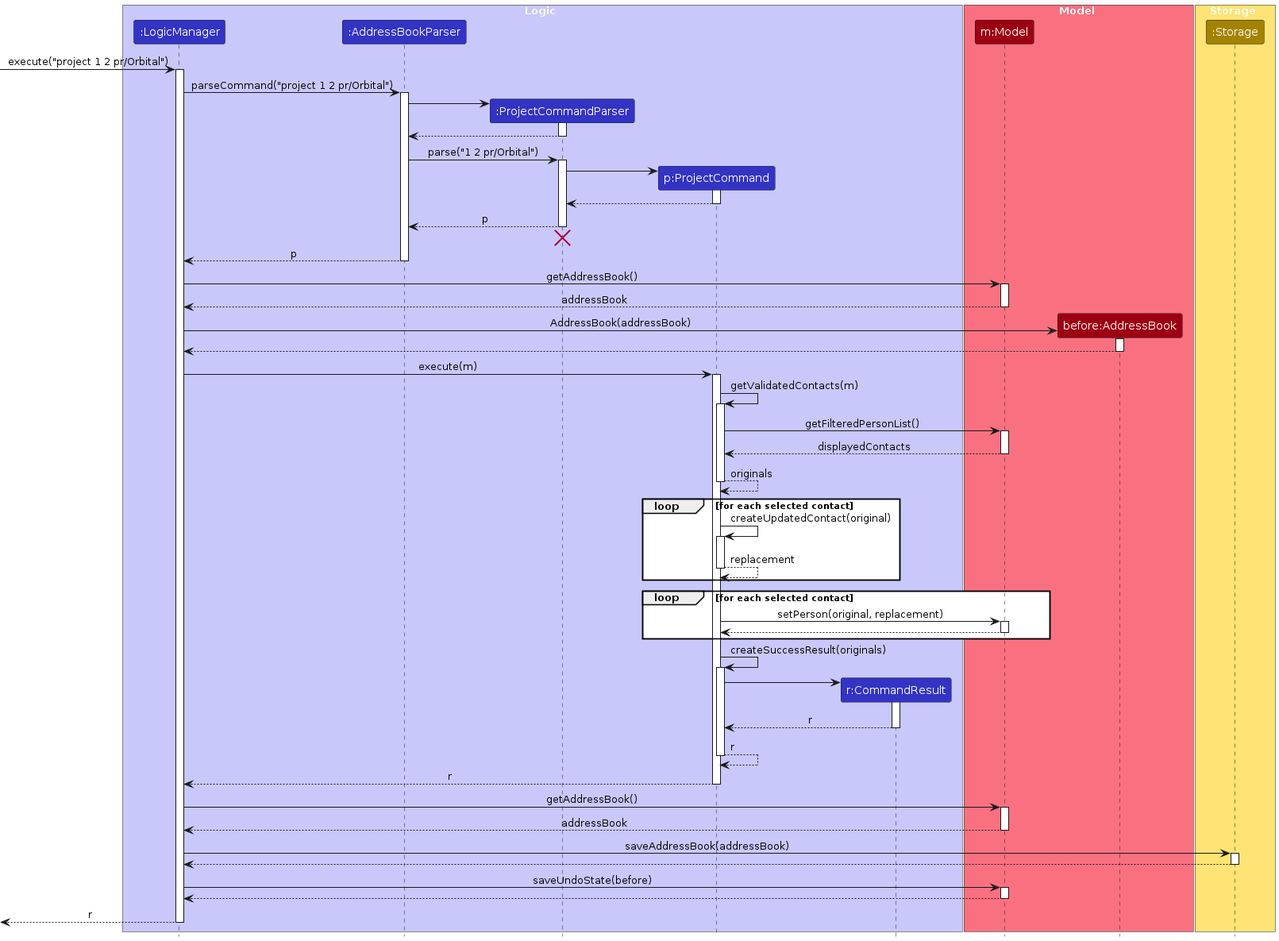
The PlantUML diagram diagrams/ProjectCommandSequenceDiagram.png in AY2627S1-CS2103T-W14-2/tp, before a commit. Its source is kept beside it as diagrams/ProjectCommandSequenceDiagram.puml.
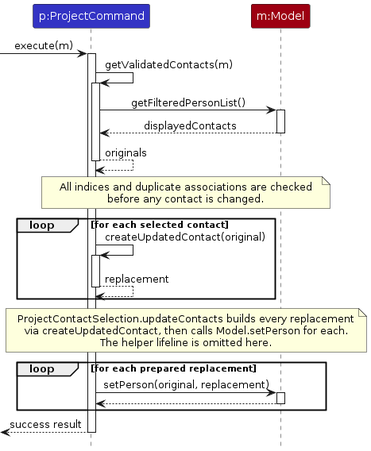
Above is the later version.

The edit, as a diff of the source:
```diff
@@ -2,64 +2,10 @@
 !include style.puml
 skinparam ArrowFontStyle plain
 
-box Logic LOGIC_COLOR_T1
-participant ":LogicManager" as LogicManager LOGIC_COLOR
-participant ":AddressBookParser" as AddressBookParser LOGIC_COLOR
-participant ":ProjectCommandParser" as ProjectCommandParser LOGIC_COLOR
 participant "p:ProjectCommand" as ProjectCommand LOGIC_COLOR
-participant "r:CommandResult" as CommandResult LOGIC_COLOR
-end box
+participant "m:Model" as Model MODEL_COLOR
 
-box Model MODEL_COLOR_T1
-participant "m:Model" as Model MODEL_COLOR
-participant "before:AddressBook" as Before MODEL_COLOR
-end box
-
-box Storage STORAGE_COLOR_T1
-participant ":Storage" as Storage STORAGE_COLOR
-end box
-
-[-> LogicManager : execute("project 1 2 pr/Orbital")
-activate LogicManager
-
-LogicManager -> AddressBookParser : parseCommand("project 1 2 pr/Orbital")
-activate AddressBookParser
-
-create ProjectCommandParser
-AddressBookParser -> ProjectCommandParser
-activate ProjectCommandParser
-ProjectCommandParser --> AddressBookParser
-deactivate ProjectCommandParser
-
-AddressBookParser -> ProjectCommandParser : parse("1 2 pr/Orbital")
-activate ProjectCommandParser
-
-create ProjectCommand
-ProjectCommandParser -> ProjectCommand
-activate ProjectCommand
-ProjectCommand --> ProjectCommandParser
-deactivate ProjectCommand
-
-ProjectCommandParser --> AddressBookParser : p
-deactivate ProjectCommandParser
-ProjectCommandParser -[hidden]-> AddressBookParser
-destroy ProjectCommandParser
-
-AddressBookParser --> LogicManager : p
-deactivate AddressBookParser
-
-LogicManager -> Model : getAddressBook()
-activate Model
-Model --> LogicManager : addressBook
-deactivate Model
-
-create Before
-LogicManager -> Before : AddressBook(addressBook)
-activate Before
-Before --> LogicManager
-deactivate Before
-
-LogicManager -> ProjectCommand : execute(m)
+[-> ProjectCommand : execute(m)
 activate ProjectCommand
 
 ProjectCommand -> ProjectCommand : getValidatedContacts(m)
@@ -71,6 +17,11 @@
 ProjectCommand --> ProjectCommand : originals
 deactivate ProjectCommand
 
+note over ProjectCommand, Model
+    All indices and duplicate associations are checked
+    before any contact is changed.
+end note
+
 loop for each selected contact
     ProjectCommand -> ProjectCommand : createUpdatedContact(original)
     activate ProjectCommand
@@ -78,41 +29,19 @@
     deactivate ProjectCommand
 end
 
-loop for each selected contact
+note over ProjectCommand, Model
+    ProjectContactSelection.updateContacts builds every replacement
+    via createUpdatedContact, then calls Model.setPerson for each.
+    The helper lifeline is omitted here.
+end note
+
+loop for each prepared replacement
     ProjectCommand -> Model : setPerson(original, replacement)
     activate Model
     Model --> ProjectCommand
     deactivate Model
 end
 
-ProjectCommand -> ProjectCommand : createSuccessResult(originals)
-activate ProjectCommand
-create CommandResult
-ProjectCommand -> CommandResult
-activate CommandResult
-CommandResult --> ProjectCommand : r
-deactivate CommandResult
-ProjectCommand --> ProjectCommand : r
+[<-- ProjectCommand : success result
 deactivate ProjectCommand
-
-ProjectCommand --> LogicManager : r
-deactivate ProjectCommand
-
-LogicManager -> Model : getAddressBook()
-activate Model
-Model --> LogicManager : addressBook
-deactivate Model
-
-LogicManager -> Storage : saveAddressBook(addressBook)
-activate Storage
-Storage --> LogicManager
-deactivate Storage
-
-LogicManager -> Model : saveUndoState(before)
-activate Model
-Model --> LogicManager
-deactivate Model
-
-[<-- LogicManager : r
-deactivate LogicManager
 @enduml
```
